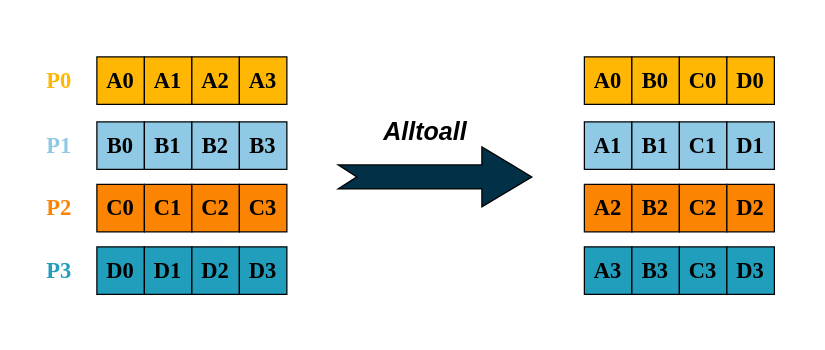
Earlier version of the draw.io diagram drawio/ch-mpi/alltoall.drawio (godaai/scale-py-zh). Source tidied: cells renumbered, new cells numbered last; positions are measured from the earlier drawing's top-left corner, leaving out a move shared by most shapes. Both pictures are drawn from the tidied source at 125%, with x=0, y=0 at pixel (21, 21).
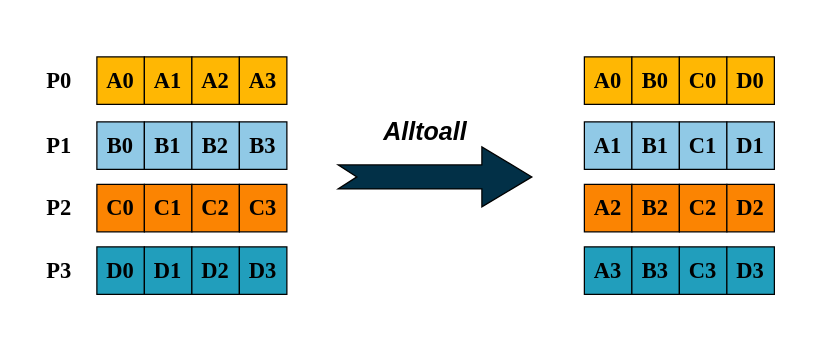
After the change.

Diff of the diagram source:
```diff
@@
-    <mxCell id="3" value="&lt;font color=&quot;#ffb703&quot; style=&quot;font-size: 18px;&quot; face=&quot;Times New Roman&quot;&gt;&lt;b&gt;P0&lt;/b&gt;&lt;/font&gt;" style="text;html=1;strokeColor=none;fillColor=none;align=center;verticalAlign=middle;whiteSpace=wrap;rounded=0;" parent="1" vertex="1">
+    <mxCell id="3" value="&lt;font style=&quot;font-size: 18px;&quot; face=&quot;Times New Roman&quot;&gt;&lt;b&gt;P0&lt;/b&gt;&lt;/font&gt;" style="text;html=1;strokeColor=none;fillColor=none;align=center;verticalAlign=middle;whiteSpace=wrap;rounded=0;fontColor=#000000;" parent="1" vertex="1">
       <mxGeometry y="32" width="60" height="30" as="geometry" />
     </mxCell>
-    <mxCell id="4" value="&lt;font color=&quot;#90c9e6&quot; style=&quot;font-size: 18px;&quot; face=&quot;Times New Roman&quot;&gt;&lt;b&gt;P1&lt;/b&gt;&lt;/font&gt;" style="text;html=1;strokeColor=none;fillColor=none;align=center;verticalAlign=middle;whiteSpace=wrap;rounded=0;" parent="1" vertex="1">
+    <mxCell id="4" value="&lt;font style=&quot;font-size: 18px;&quot; face=&quot;Times New Roman&quot;&gt;&lt;b&gt;P1&lt;/b&gt;&lt;/font&gt;" style="text;html=1;strokeColor=none;fillColor=none;align=center;verticalAlign=middle;whiteSpace=wrap;rounded=0;fontColor=#000000;" parent="1" vertex="1">
       <mxGeometry y="84" width="60" height="30" as="geometry" />
     </mxCell>
-    <mxCell id="5" value="&lt;font color=&quot;#fb8402&quot; style=&quot;font-size: 18px;&quot; face=&quot;Times New Roman&quot;&gt;&lt;b&gt;P2&lt;/b&gt;&lt;/font&gt;" style="text;html=1;strokeColor=none;fillColor=none;align=center;verticalAlign=middle;whiteSpace=wrap;rounded=0;" parent="1" vertex="1">
+    <mxCell id="5" value="&lt;font style=&quot;font-size: 18px;&quot; face=&quot;Times New Roman&quot;&gt;&lt;b&gt;P2&lt;/b&gt;&lt;/font&gt;" style="text;html=1;strokeColor=none;fillColor=none;align=center;verticalAlign=middle;whiteSpace=wrap;rounded=0;fontColor=#000000;" parent="1" vertex="1">
       <mxGeometry y="134" width="60" height="30" as="geometry" />
     </mxCell>
-    <mxCell id="6" value="&lt;font color=&quot;#219ebc&quot; style=&quot;font-size: 18px;&quot; face=&quot;Times New Roman&quot;&gt;&lt;b&gt;P3&lt;/b&gt;&lt;/font&gt;" style="text;html=1;strokeColor=none;fillColor=none;align=center;verticalAlign=middle;whiteSpace=wrap;rounded=0;" parent="1" vertex="1">
+    <mxCell id="6" value="&lt;font style=&quot;font-size: 18px;&quot; face=&quot;Times New Roman&quot;&gt;&lt;b&gt;P3&lt;/b&gt;&lt;/font&gt;" style="text;html=1;strokeColor=none;fillColor=none;align=center;verticalAlign=middle;whiteSpace=wrap;rounded=0;fontColor=#000000;" parent="1" vertex="1">
       <mxGeometry y="184" width="60" height="30" as="geometry" />
     </mxCell>
```
